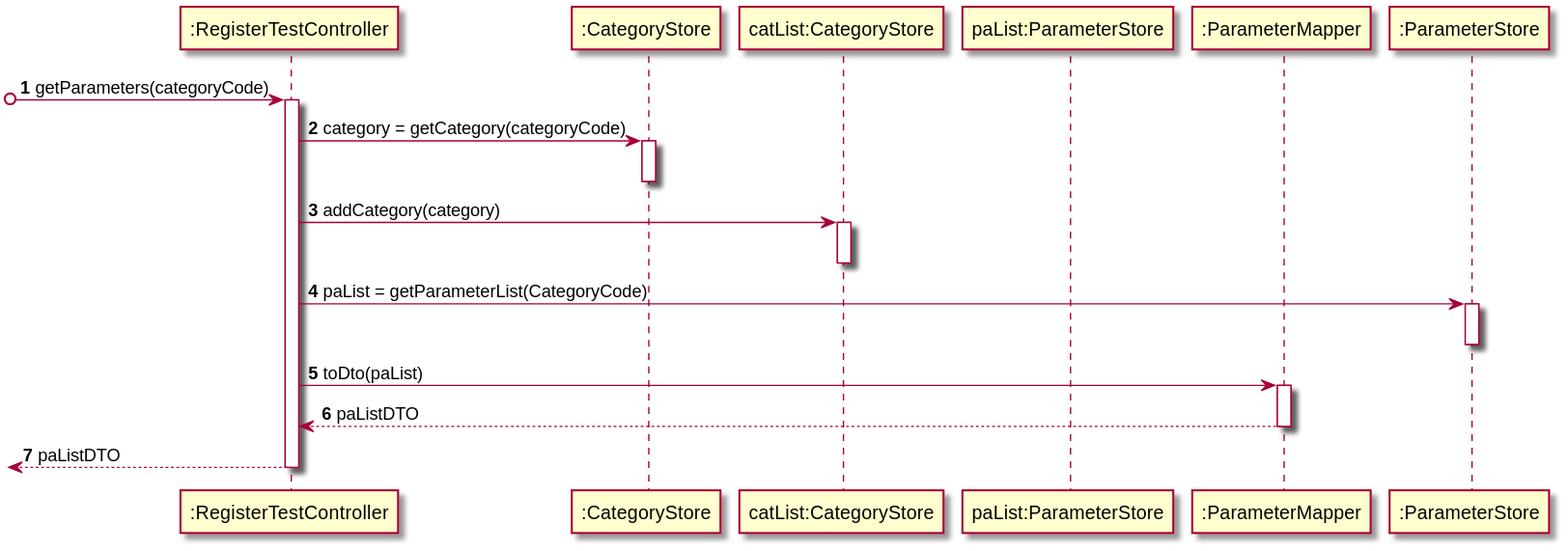
This is docs/SprintC/US04/SD_getParameters(categoryCode).svg from MarianaCLages/LAPR2, a PlantUML export, as it was before one commit. The source it was exported from:
```plantuml
@startuml

participant ":RegisterTestController" as ctrl
participant ":CategoryStore" as catLStore
participant "catList:CategoryStore" as catList
participant "paList:ParameterStore" as paList
participant ":ParameterMapper" as paMapper
participant ":ParameterStore" as paStore

autonumber

[o-> ctrl: getParameters(categoryCode)
activate ctrl
ctrl -> catLStore: category = getCategory(categoryCode)
activate catLStore
deactivate
ctrl -> catList: addCategory(category)
activate catList
deactivate
ctrl -> paStore: paList = getParameterList(CategoryCode)
activate paStore
deactivate paStore
ctrl -> paMapper: toDto(paList)
activate paMapper
return paListDTO
return paListDTO
deactivate paMapper

@enduml
```
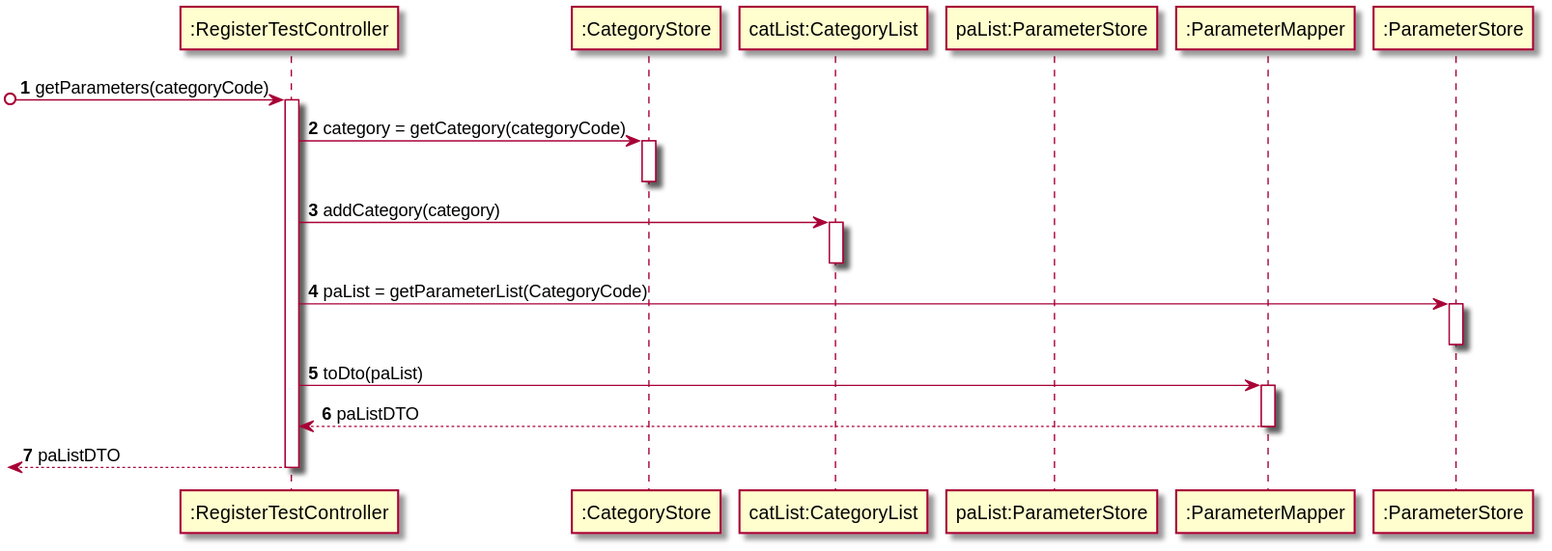
The same diagram one commit later.

Diff of the diagram source:
```diff
@@ -2,7 +2,7 @@
 
 participant ":RegisterTestController" as ctrl
 participant ":CategoryStore" as catLStore
-participant "catList:CategoryStore" as catList
+participant "catList:CategoryList" as catList
 participant "paList:ParameterStore" as paList
 participant ":ParameterMapper" as paMapper
 participant ":ParameterStore" as paStore
```
